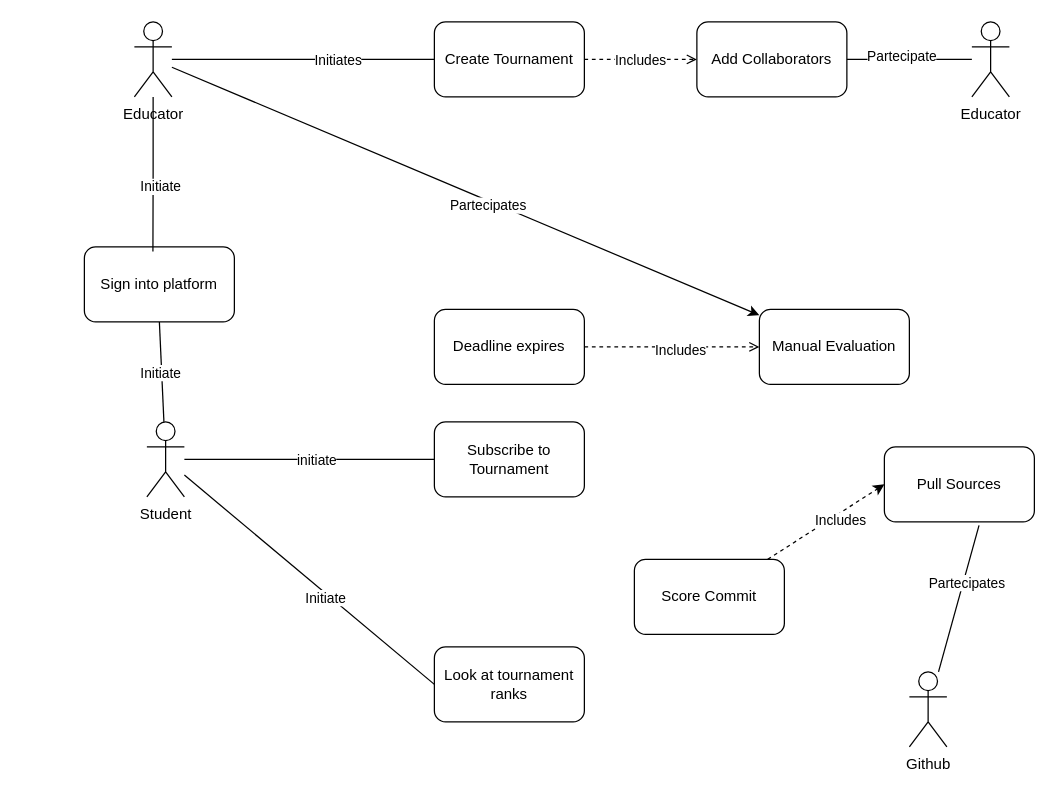
The draw.io diagram usecase diagram/ScenariFede.drawio in FedericoValentino/SE2-ValentinoZarbo, before the edit. Source tidied: cells renumbered, new cells numbered last; positions are measured from the earlier drawing's top-left corner, leaving out a move shared by most shapes. Both pictures are drawn from the tidied source at 125%, with x=0, y=0 at pixel (84, 21).
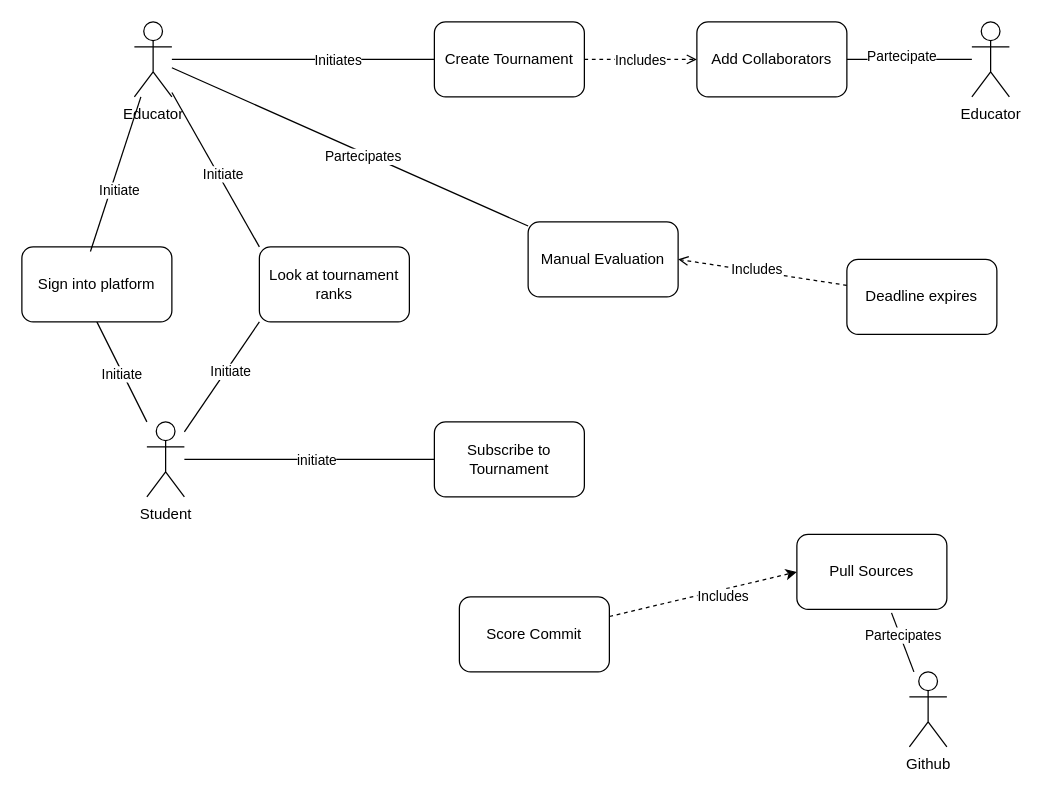
The same diagram, later.

Unchanged cells that the change refers to:
```xml
<mxCell id="6" value="Educator" style="shape=umlActor;verticalLabelPosition=bottom;verticalAlign=top;html=1;outlineConnect=0;" parent="1" vertex="1">
  <mxGeometry x="40" width="30" height="60" as="geometry" />
</mxCell>
<mxCell id="13" value="Student" style="shape=umlActor;verticalLabelPosition=bottom;verticalAlign=top;html=1;outlineConnect=0;" parent="1" vertex="1">
  <mxGeometry x="50" y="320" width="30" height="60" as="geometry" />
</mxCell>
```

Diff of the diagram source:
```diff
@@
-    <mxCell id="4" style="rounded=0;jettySize=auto;html=1;" parent="1" edge="1" source="6" target="27">
+    <mxCell id="4" style="rounded=0;jettySize=auto;html=1;endArrow=none;endFill=0;" parent="1" edge="1" source="6" target="27">
       <mxGeometry relative="1" as="geometry" />
     </mxCell>
@@
+    <mxCell id="37" style="rounded=0;jettySize=auto;html=1;entryX=0;entryY=0;entryDx=0;entryDy=0;endArrow=none;endFill=0;" parent="1" edge="1" source="6" target="25">
+      <mxGeometry relative="1" as="geometry" />
+    </mxCell>
+    <mxCell id="38" value="Initiate" style="edgeLabel;html=1;align=center;verticalAlign=middle;" parent="37" vertex="1">
+      <mxGeometry x="0.09" y="3" relative="1" as="geometry" />
+    </mxCell>
@@
-    <mxCell id="9" style="jettySize=auto;html=1;entryX=0;entryY=0.5;entryDx=0;entryDy=0;strokeColor=default;endArrow=none;endFill=0;" parent="1" edge="1" source="13" target="25">
+    <mxCell id="9" style="jettySize=auto;html=1;entryX=0;entryY=1;entryDx=0;entryDy=0;strokeColor=default;endArrow=none;endFill=0;" parent="1" edge="1" source="13" target="25">
       <mxGeometry relative="1" as="geometry" />
     </mxCell>
@@
     <mxCell id="14" value="Sign into platform" style="rounded=1;whiteSpace=wrap;html=1;" parent="1" vertex="1">
-      <mxGeometry y="180" width="120" height="60" as="geometry" />
+      <mxGeometry x="-50" y="180" width="120" height="60" as="geometry" />
     </mxCell>
@@
     <mxCell id="21" value="Score Commit" style="rounded=1;whiteSpace=wrap;html=1;" parent="1" vertex="1">
-      <mxGeometry x="440" y="430" width="120" height="60" as="geometry" />
+      <mxGeometry x="300" y="460" width="120" height="60" as="geometry" />
     </mxCell>
-    <mxCell id="22" style="edgeStyle=orthogonalEdgeStyle;rounded=0;jettySize=auto;html=1;dashed=1;endArrow=open;endFill=0;entryX=0;entryY=0.5;entryDx=0;entryDy=0;" parent="1" edge="1" source="24" target="27">
+    <mxCell id="22" style="rounded=0;jettySize=auto;html=1;dashed=1;endArrow=open;endFill=0;entryX=1;entryY=0.5;entryDx=0;entryDy=0;" parent="1" edge="1" source="24" target="27">
       <mxGeometry relative="1" as="geometry" />
     </mxCell>
@@
     <mxCell id="24" value="Deadline expires" style="rounded=1;whiteSpace=wrap;html=1;" parent="1" vertex="1">
-      <mxGeometry x="280" y="230" width="120" height="60" as="geometry" />
+      <mxGeometry x="610" y="190" width="120" height="60" as="geometry" />
     </mxCell>
     <mxCell id="25" value="Look at tournament ranks" style="rounded=1;whiteSpace=wrap;html=1;" parent="1" vertex="1">
-      <mxGeometry x="280" y="500" width="120" height="60" as="geometry" />
+      <mxGeometry x="140" y="180" width="120" height="60" as="geometry" />
     </mxCell>
@@
     <mxCell id="27" value="Manual Evaluation" style="rounded=1;whiteSpace=wrap;html=1;" parent="1" vertex="1">
-      <mxGeometry x="540" y="230" width="120" height="60" as="geometry" />
+      <mxGeometry x="355" y="160" width="120" height="60" as="geometry" />
     </mxCell>
     <mxCell id="28" value="Pull Sources" style="rounded=1;whiteSpace=wrap;html=1;" parent="1" vertex="1">
-      <mxGeometry x="640" y="340" width="120" height="60" as="geometry" />
+      <mxGeometry x="570" y="410" width="120" height="60" as="geometry" />
     </mxCell>
@@
-    <mxCell id="32" style="edgeStyle=orthogonalEdgeStyle;rounded=0;jettySize=auto;html=1;entryX=0.457;entryY=0.061;entryDx=0;entryDy=0;entryPerimeter=0;endArrow=none;endFill=0;" parent="1" edge="1" source="6" target="14">
+    <mxCell id="32" style="rounded=0;jettySize=auto;html=1;entryX=0.457;entryY=0.061;entryDx=0;entryDy=0;entryPerimeter=0;endArrow=none;endFill=0;" parent="1" edge="1" source="6" target="14">
       <mxGeometry relative="1" as="geometry" />
     </mxCell>
```
